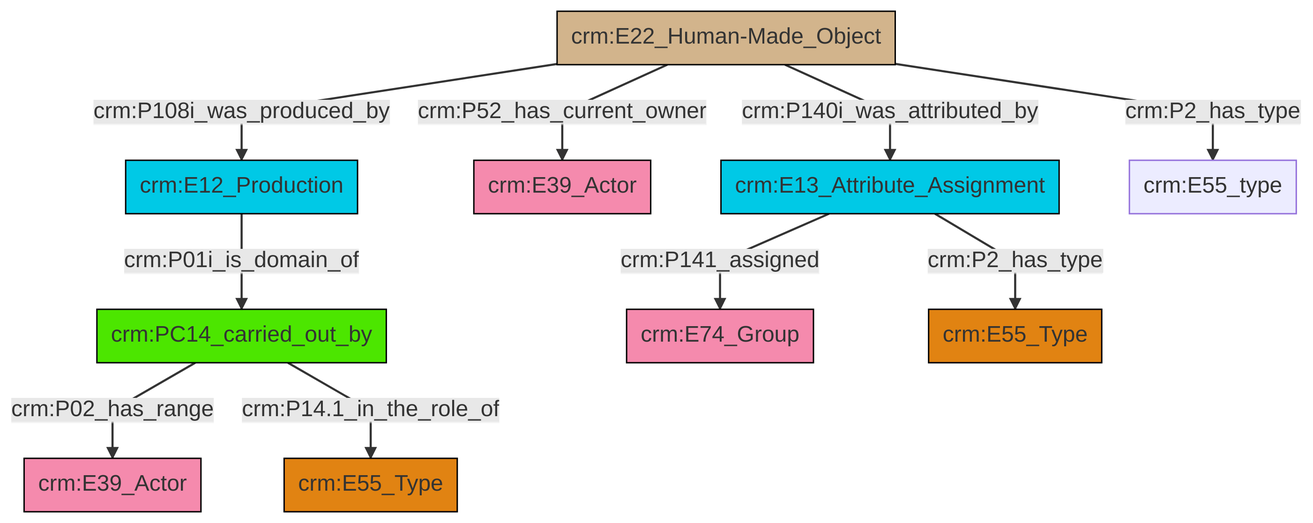
Above: et/builtWorkCSV/ttl/mmd/png/Built_Work_actor_relations.png in swiss-art-research-net/reference-data-models (Mermaid), before the change. Its source is kept beside it as et/builtWorkCSV/ttl/mmd/Built_Work_actor_relations.ttl.mmd.
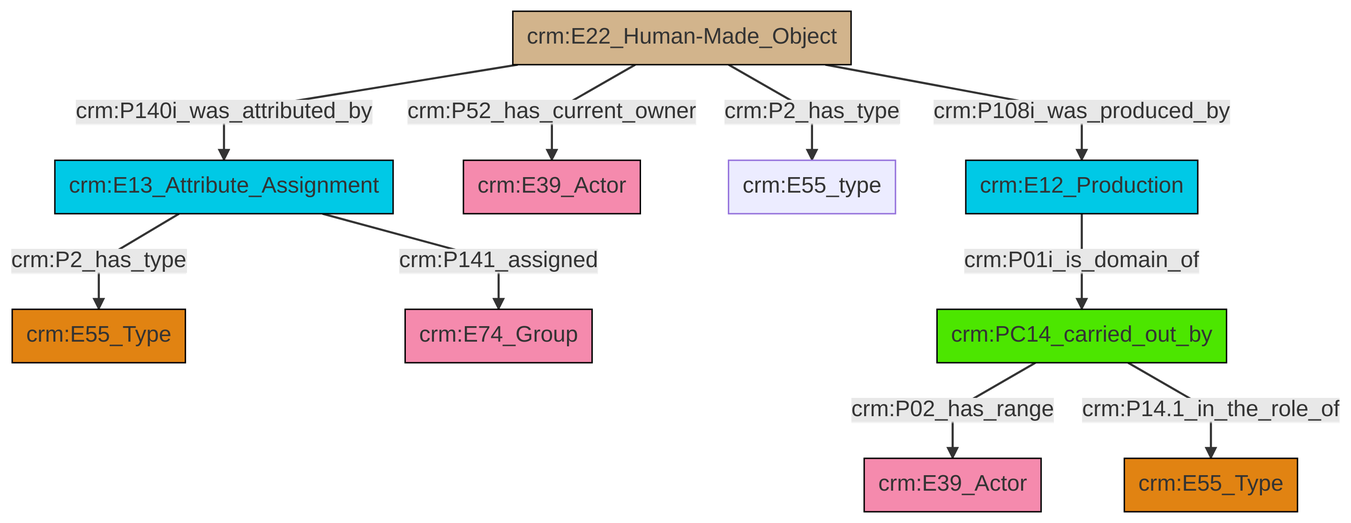
The same diagram one commit later.

The edit, as a diff of the source:
```diff
@@ -13,12 +13,12 @@
 classDef PC_Classes fill:#4ce600, stroke:#000000;
 classDef Multi fill:#cccccc,stroke:#000000;
 
-2["crm:PC14_carried_out_by"]:::PC_Classes -->|crm:P02_has_range| 4["crm:E39_Actor"]:::Actor
-5["crm:E13_Attribute_Assignment"]:::Temporal_Entity -->|crm:P141_assigned| 6["crm:E74_Group"]:::Actor
-5["crm:E13_Attribute_Assignment"]:::Temporal_Entity -->|crm:P2_has_type| 0["crm:E55_Type"]:::Type
-2["crm:PC14_carried_out_by"]:::PC_Classes -->|crm:P14.1_in_the_role_of| 8["crm:E55_Type"]:::Type
-12["crm:E22_Human-Made_Object"]:::Physical_Thing -->|crm:P108i_was_produced_by| 10["crm:E12_Production"]:::Temporal_Entity
-12["crm:E22_Human-Made_Object"]:::Physical_Thing -->|crm:P52_has_current_owner| 14["crm:E39_Actor"]:::Actor
-12["crm:E22_Human-Made_Object"]:::Physical_Thing -->|crm:P140i_was_attributed_by| 5["crm:E13_Attribute_Assignment"]:::Temporal_Entity
-12["crm:E22_Human-Made_Object"]:::Physical_Thing -->|crm:P2_has_type| 19["crm:E55_type"]:::Default
-10["crm:E12_Production"]:::Temporal_Entity -->|crm:P01i_is_domain_of| 2["crm:PC14_carried_out_by"]:::PC_Classes
+0["crm:E22_Human-Made_Object"]:::Physical_Thing -->|crm:P140i_was_attributed_by| 1["crm:E13_Attribute_Assignment"]:::Temporal_Entity
+4["crm:PC14_carried_out_by"]:::PC_Classes -->|crm:P02_has_range| 5["crm:E39_Actor"]:::Actor
+0["crm:E22_Human-Made_Object"]:::Physical_Thing -->|crm:P52_has_current_owner| 8["crm:E39_Actor"]:::Actor
+10["crm:E12_Production"]:::Temporal_Entity -->|crm:P01i_is_domain_of| 4["crm:PC14_carried_out_by"]:::PC_Classes
+1["crm:E13_Attribute_Assignment"]:::Temporal_Entity -->|crm:P2_has_type| 2["crm:E55_Type"]:::Type
+0["crm:E22_Human-Made_Object"]:::Physical_Thing -->|crm:P2_has_type| 6["crm:E55_type"]:::Default
+1["crm:E13_Attribute_Assignment"]:::Temporal_Entity -->|crm:P141_assigned| 11["crm:E74_Group"]:::Actor
+4["crm:PC14_carried_out_by"]:::PC_Classes -->|crm:P14.1_in_the_role_of| 13["crm:E55_Type"]:::Type
+0["crm:E22_Human-Made_Object"]:::Physical_Thing -->|crm:P108i_was_produced_by| 10["crm:E12_Production"]:::Temporal_Entity
```
